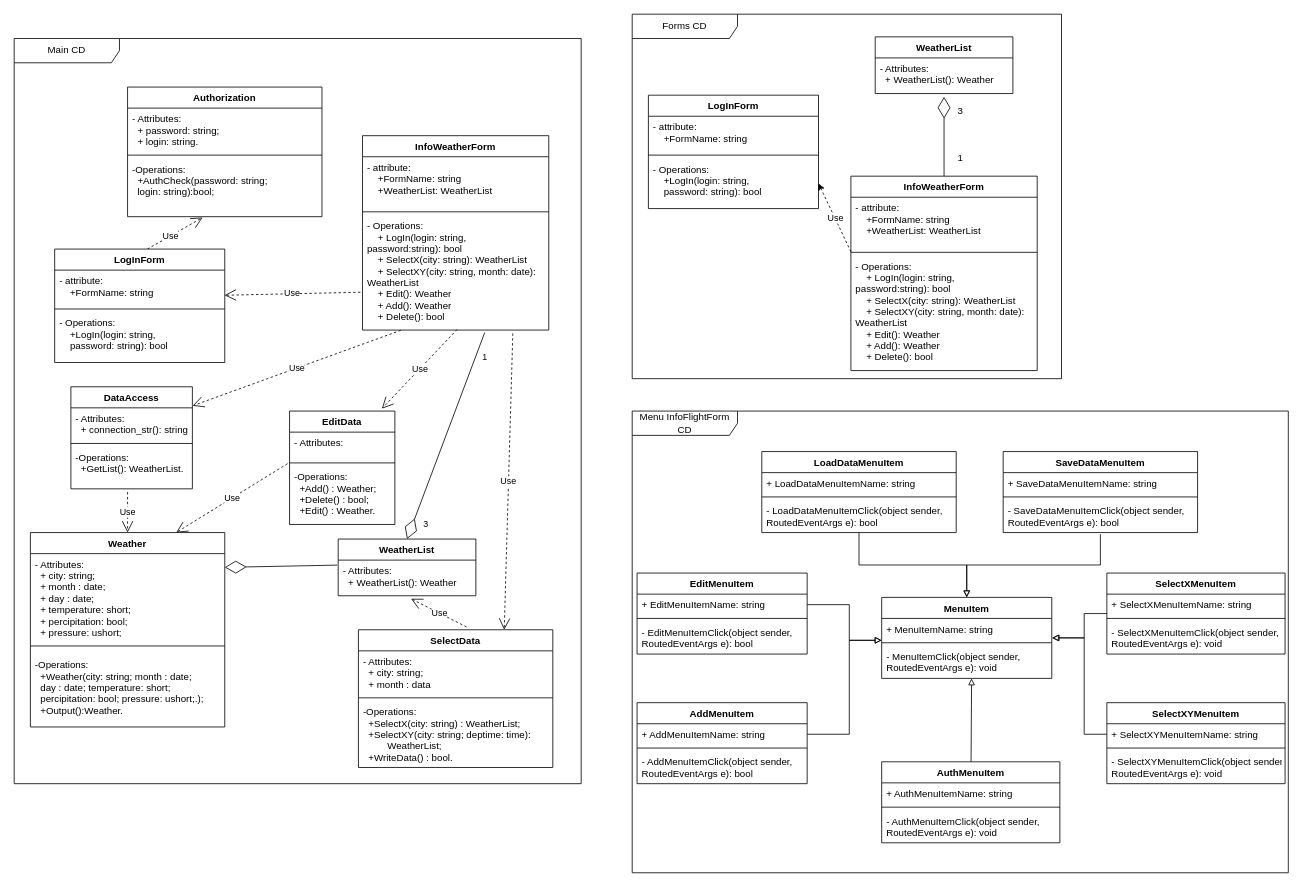
Earlier version of the draw.io diagram page "Діаграми класів" (1 of 3) of Діаграма класів.drawio (godlyfrenemy/Cloudy). Source tidied: cells renumbered, new cells numbered last; positions are measured from the earlier drawing's top-left corner, leaving out a move shared by most shapes. Both pictures are drawn from the tidied source at 81%, with x=0, y=0 at pixel (14, 14).
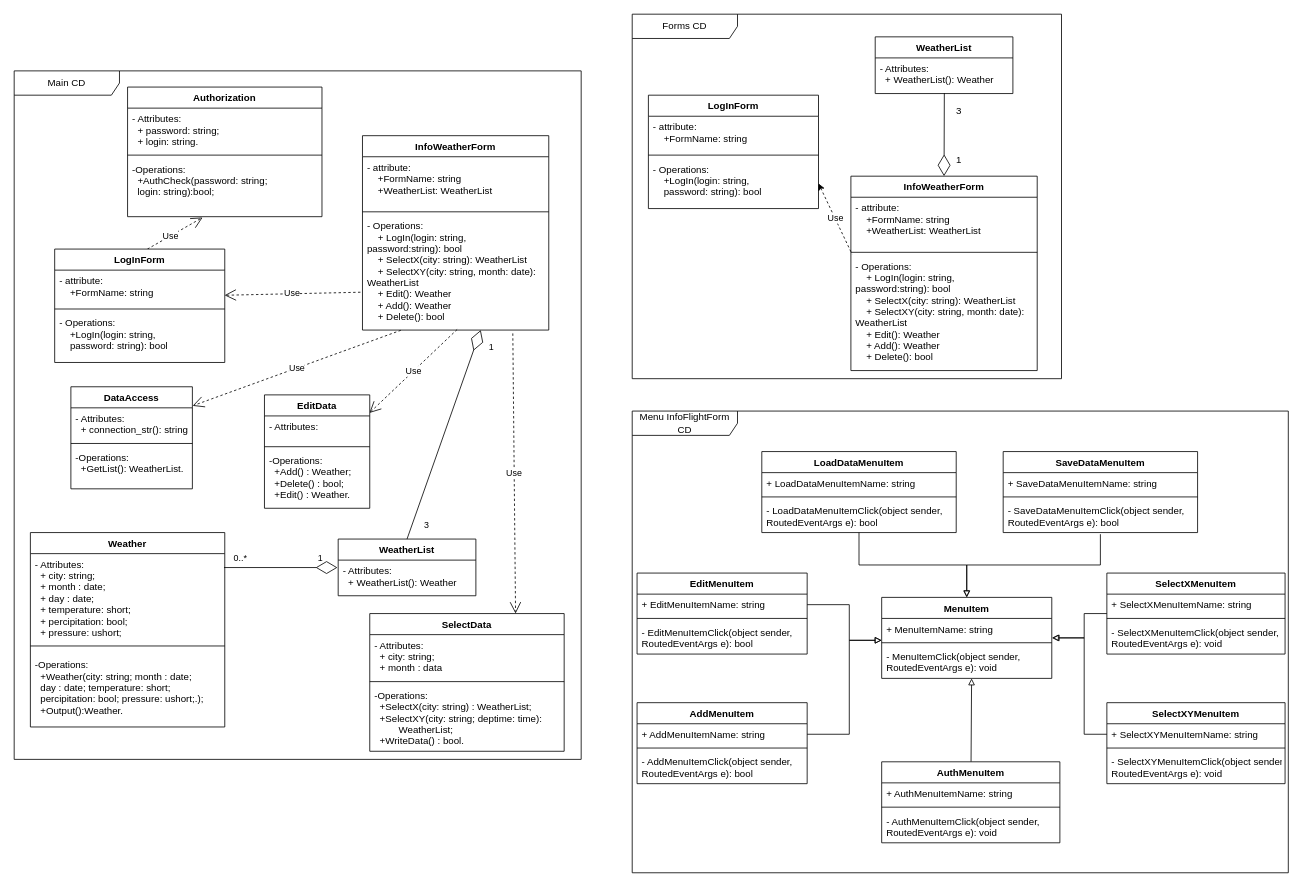
The same diagram, later.

The change refers to these unchanged cells:
```xml
<mxCell id="7" value="InfoWeatherForm" style="swimlane;fontStyle=1;align=center;verticalAlign=top;horizontal=1;startSize=26;" parent="1" vertex="1">
  <mxGeometry x="1033" y="200" width="230" height="240" as="geometry" />
</mxCell>
<mxCell id="29" value="- Attributes:&#10;" style="text;strokeColor=none;fillColor=none;align=left;verticalAlign=top;spacingLeft=4;spacingRight=4;overflow=hidden;points=[[0,0.5],[1,0.5]];portConstraint=eastwest;" parent="28" vertex="1">
  <mxGeometry y="26" width="130" height="34" as="geometry" />
</mxCell>
<mxCell id="32" value="Weather" style="swimlane;fontStyle=1;align=center;verticalAlign=top;horizontal=1;startSize=26;" parent="1" vertex="1">
  <mxGeometry x="20" y="640" width="240" height="240" as="geometry" />
</mxCell>
<mxCell id="33" value="- Attributes:&#10;  + city: string;&#10;  + month : date;&#10;  + day : date;&#10;  + temperature: short;&#10;  + percipitation: bool;&#10;  + pressure: ushort;&#10;&#10; " style="text;strokeColor=none;fillColor=none;align=left;verticalAlign=top;spacingLeft=4;spacingRight=4;overflow=hidden;points=[[0,0.5],[1,0.5]];portConstraint=eastwest;" parent="32" vertex="1">
  <mxGeometry y="26" width="240" height="104" as="geometry" />
</mxCell>
<mxCell id="40" value="WeatherList" style="swimlane;fontStyle=1;align=center;verticalAlign=top;horizontal=1;startSize=26;" parent="1" vertex="1">
  <mxGeometry x="400" y="648" width="170" height="70" as="geometry" />
</mxCell>
<mxCell id="41" value="- Attributes:&#10;  + WeatherList(): Weather" style="text;strokeColor=none;fillColor=none;align=left;verticalAlign=top;spacingLeft=4;spacingRight=4;overflow=hidden;points=[[0,0.5],[1,0.5]];portConstraint=eastwest;" parent="40" vertex="1">
  <mxGeometry y="26" width="170" height="44" as="geometry" />
</mxCell>
<mxCell id="53" value="- Operations:&#10;    + LogIn(login: string,&#10;password:string): bool&#10;    + SelectX(city: string): WeatherList&#10;    + SelectXY(city: string, month: date): &#10;WeatherList&#10;    + Edit(): Weather&#10;    + Add(): Weather&#10;    + Delete(): bool" style="text;strokeColor=none;fillColor=none;align=left;verticalAlign=top;spacingLeft=4;spacingRight=4;overflow=hidden;points=[[0,0.5],[1,0.5]];portConstraint=eastwest;" parent="50" vertex="1">
  <mxGeometry y="98" width="230" height="142" as="geometry" />
</mxCell>
<mxCell id="99" value="- Attributes:&#10;  + WeatherList(): Weather" style="text;strokeColor=none;fillColor=none;align=left;verticalAlign=top;spacingLeft=4;spacingRight=4;overflow=hidden;points=[[0,0.5],[1,0.5]];portConstraint=eastwest;" parent="98" vertex="1">
  <mxGeometry y="26" width="170" height="44" as="geometry" />
</mxCell>
```

The edit, as a diff of the source:
```diff
@@
     <mxCell id="3" value="Main CD" style="shape=umlFrame;whiteSpace=wrap;html=1;labelBackgroundColor=none;width=130;height=30;" parent="1" vertex="1">
-      <mxGeometry y="30" width="700" height="920" as="geometry" />
+      <mxGeometry y="70" width="700" height="850" as="geometry" />
     </mxCell>
@@
     <mxCell id="5" value="1" style="text;html=1;align=center;verticalAlign=middle;" parent="1" vertex="1">
-      <mxGeometry x="1158" y="168" width="20" height="20" as="geometry" />
+      <mxGeometry x="1156" y="170" width="20" height="20" as="geometry" />
     </mxCell>
     <mxCell id="6" value="3" style="text;html=1;align=center;verticalAlign=middle;" parent="1" vertex="1">
-      <mxGeometry x="1158" y="110" width="20" height="20" as="geometry" />
+      <mxGeometry x="1156" y="110" width="20" height="20" as="geometry" />
     </mxCell>
@@
-    <mxCell id="15" style="endArrow=diamondThin;endFill=0;endSize=24;html=1;exitX=0.5;exitY=0;exitDx=0;exitDy=0;" parent="1" edge="1" source="7">
-      <mxGeometry relative="1" as="geometry">
-        <mxPoint x="1148" y="102" as="targetPoint" />
-      </mxGeometry>
+    <mxCell id="15" style="endArrow=diamondThin;endFill=0;endSize=24;html=1;exitX=0.502;exitY=0.988;exitDx=0;exitDy=0;entryX=0.5;entryY=0;entryDx=0;entryDy=0;exitPerimeter=0;" parent="1" edge="1" source="99" target="7">
+      <mxGeometry relative="1" as="geometry" />
     </mxCell>
-    <mxCell id="16" style="endArrow=diamondThin;endFill=0;endSize=24;html=1;entryX=0.5;entryY=0;entryDx=0;entryDy=0;exitX=0.656;exitY=1.022;exitDx=0;exitDy=0;exitPerimeter=0;" parent="1" edge="1" source="53" target="40">
-      <mxGeometry relative="1" as="geometry" />
-    </mxCell>
-    <mxCell id="17" value="1" style="edgeLabel;html=1;align=center;verticalAlign=middle;" parent="16" vertex="1">
-      <mxGeometry x="-0.77" y="2" relative="1" as="geometry">
-        <mxPoint x="8.9" y="1" as="offset" />
-      </mxGeometry>
-    </mxCell>
-    <mxCell id="18" value="3" style="edgeLabel;html=1;align=center;verticalAlign=middle;" parent="16" vertex="1">
-      <mxGeometry x="0.45" y="-2" relative="1" as="geometry">
-        <mxPoint x="-2.3" y="53" as="offset" />
-      </mxGeometry>
-    </mxCell>
@@
-    <mxCell id="20" style="endArrow=diamondThin;endFill=0;endSize=24;html=1;exitX=-0.007;exitY=0.14;exitDx=0;exitDy=0;exitPerimeter=0;entryX=1;entryY=0.163;entryDx=0;entryDy=0;entryPerimeter=0;" parent="1" edge="1" source="41" target="33">
-      <mxGeometry relative="1" as="geometry" />
-    </mxCell>
@@
-    <mxCell id="22" value="Use" style="endArrow=open;endSize=12;dashed=1;html=1;entryX=0.5;entryY=0;entryDx=0;entryDy=0;" parent="1" edge="1" target="32">
-      <mxGeometry relative="1" as="geometry">
-        <mxPoint x="140" y="590" as="sourcePoint" />
-      </mxGeometry>
-    </mxCell>
-    <mxCell id="23" value="Use" style="endArrow=open;endSize=12;dashed=1;html=1;exitX=0.022;exitY=-0.005;exitDx=0;exitDy=0;entryX=0.75;entryY=0;entryDx=0;entryDy=0;exitPerimeter=0;" parent="1" edge="1" target="32">
-      <mxGeometry relative="1" as="geometry">
-        <mxPoint x="337.5" y="554.9" as="sourcePoint" />
-      </mxGeometry>
-    </mxCell>
-    <mxCell id="24" value="Use" style="endArrow=open;endSize=12;dashed=1;html=1;exitX=0.522;exitY=0.004;exitDx=0;exitDy=0;exitPerimeter=0;entryX=0.529;entryY=1.084;entryDx=0;entryDy=0;entryPerimeter=0;" parent="1" edge="1" target="41">
-      <mxGeometry relative="1" as="geometry">
-        <mxPoint x="558.5" y="756.5" as="sourcePoint" />
-      </mxGeometry>
-    </mxCell>
-    <mxCell id="25" value="Use" style="endArrow=open;endSize=12;dashed=1;html=1;exitX=0.508;exitY=0.995;exitDx=0;exitDy=0;entryX=0.75;entryY=0;entryDx=0;entryDy=0;exitPerimeter=0;" parent="1" edge="1" source="53">
-      <mxGeometry relative="1" as="geometry">
-        <mxPoint x="454" y="487" as="targetPoint" />
-      </mxGeometry>
+    <mxCell id="25" value="Use" style="endArrow=open;endSize=12;dashed=1;html=1;exitX=0.508;exitY=0.995;exitDx=0;exitDy=0;entryX=0.997;entryY=-0.109;entryDx=0;entryDy=0;exitPerimeter=0;entryPerimeter=0;" parent="1" edge="1" source="53" target="29">
+      <mxGeometry relative="1" as="geometry" />
     </mxCell>
@@
     <mxCell id="28" value="EditData" style="swimlane;fontStyle=1;align=center;verticalAlign=top;horizontal=1;startSize=26;" parent="1" vertex="1">
-      <mxGeometry x="340" y="490" width="130" height="140" as="geometry" />
+      <mxGeometry x="309" y="470" width="130" height="140" as="geometry" />
     </mxCell>
@@
     <mxCell id="36" value="SelectData" style="swimlane;fontStyle=1;align=center;verticalAlign=top;horizontal=1;startSize=26;" parent="1" vertex="1">
-      <mxGeometry x="425" y="760" width="240" height="170" as="geometry" />
+      <mxGeometry x="439" y="740" width="240" height="170" as="geometry" />
     </mxCell>
@@
+    <mxCell id="20" style="endArrow=diamondThin;endFill=0;endSize=24;html=1;exitX=0.996;exitY=0.165;exitDx=0;exitDy=0;exitPerimeter=0;entryX=-0.005;entryY=0.209;entryDx=0;entryDy=0;entryPerimeter=0;" parent="1" edge="1" source="33" target="41">
+      <mxGeometry relative="1" as="geometry" />
+    </mxCell>
+    <mxCell id="16" style="endArrow=diamondThin;endFill=0;endSize=24;html=1;exitX=0.5;exitY=0;exitDx=0;exitDy=0;" parent="1" edge="1" source="40">
+      <mxGeometry relative="1" as="geometry">
+        <mxPoint x="576" y="390" as="targetPoint" />
+      </mxGeometry>
+    </mxCell>
+    <mxCell id="17" value="1" style="edgeLabel;html=1;align=center;verticalAlign=middle;" parent="16" vertex="1">
+      <mxGeometry x="-0.77" y="2" relative="1" as="geometry">
+        <mxPoint x="95.3" y="-207.4" as="offset" />
+      </mxGeometry>
+    </mxCell>
+    <mxCell id="18" value="3" style="edgeLabel;html=1;align=center;verticalAlign=middle;" parent="16" vertex="1">
+      <mxGeometry x="0.45" y="-2" relative="1" as="geometry">
+        <mxPoint x="-44" y="168.7" as="offset" />
+      </mxGeometry>
+    </mxCell>
+    <mxCell id="100" value="1" style="edgeLabel;html=1;align=center;verticalAlign=middle;" parent="1" vertex="1">
+      <mxGeometry x="569" y="380" as="geometry">
+        <mxPoint x="-192" y="290" as="offset" />
+      </mxGeometry>
+    </mxCell>
+    <mxCell id="101" value="0..*" style="edgeLabel;html=1;align=center;verticalAlign=middle;" parent="1" vertex="1">
+      <mxGeometry x="329" y="540" as="geometry">
+        <mxPoint x="-51" y="131" as="offset" />
+      </mxGeometry>
+    </mxCell>
```
